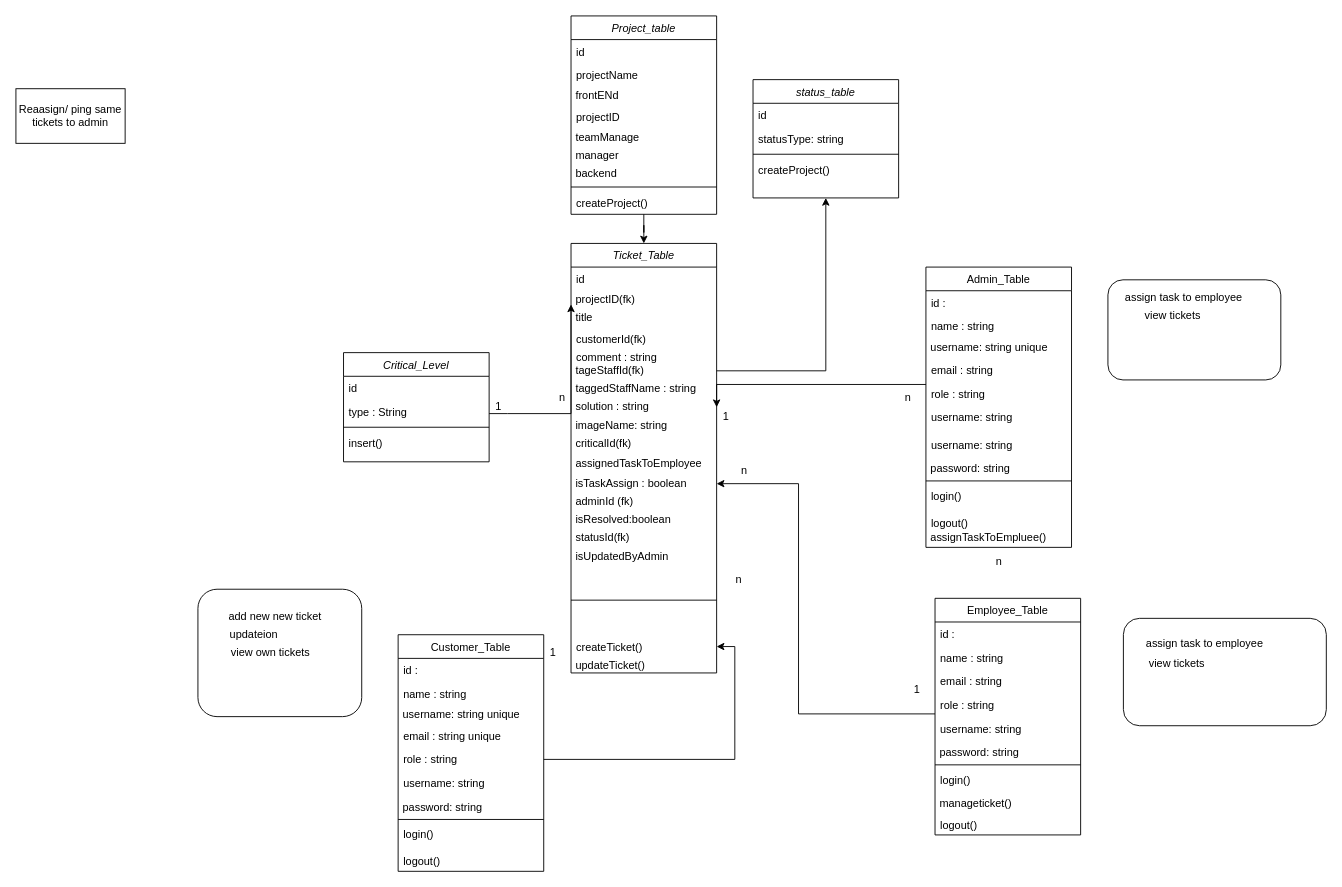
This is draw.io/class diagram.drawio from Shubham-9798/Ebug-Tracker, a draw.io file, before an edit. Source tidied: cells renumbered, new cells numbered last; positions are measured from the earlier drawing's top-left corner, leaving out a move shared by most shapes. Both pictures are drawn from the tidied source at 91%, with x=0, y=0 at pixel (15, 15).
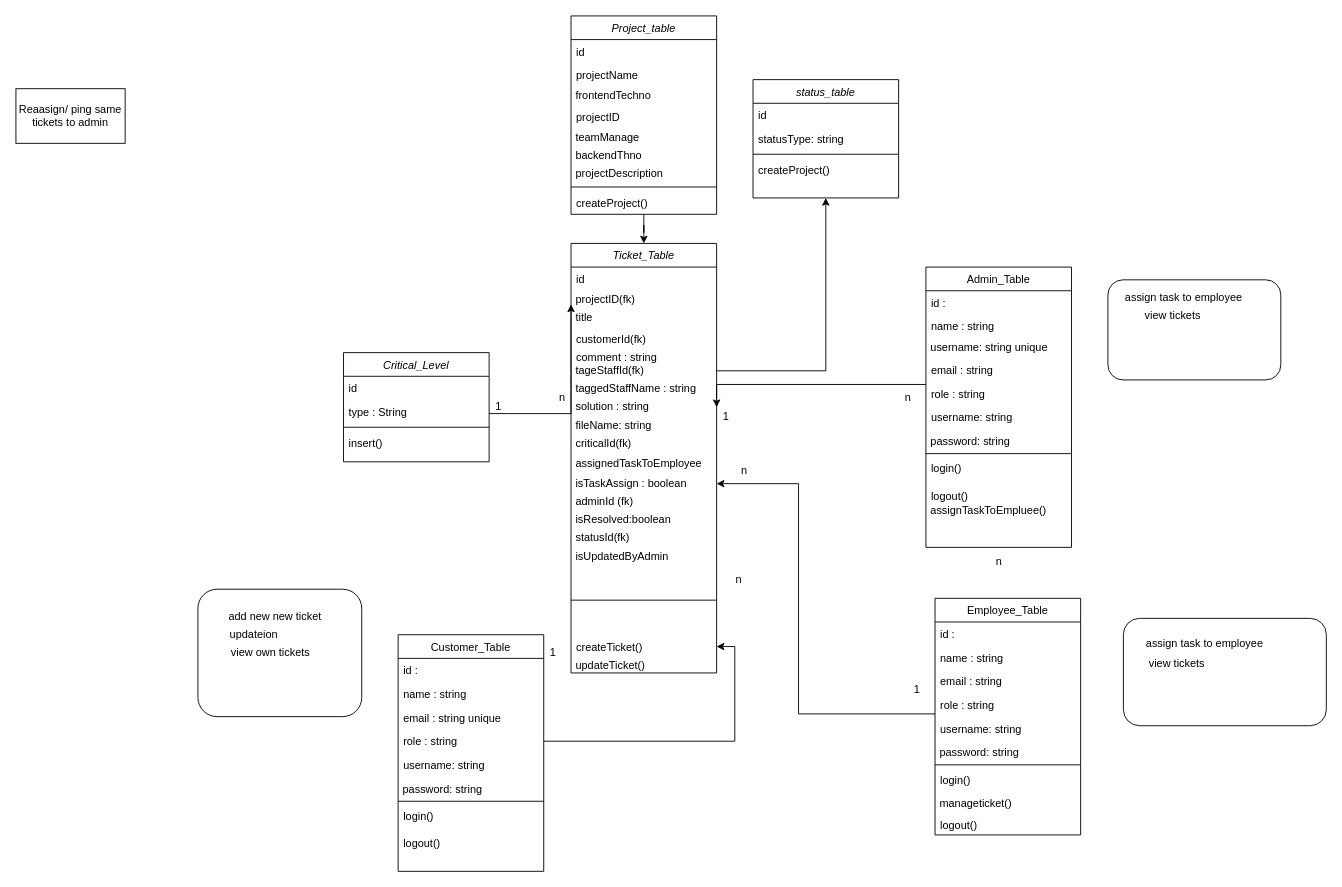
Above is the later version.

Unchanged cells that the change refers to:
```xml
<mxCell id="19" value="Project_table" style="swimlane;fontStyle=2;align=center;verticalAlign=top;horizontal=1;startSize=26;rounded=0;shadow=0;strokeWidth=1;" parent="1" vertex="1">
  <mxGeometry x="610" width="160" height="218" as="geometry" />
</mxCell>
<mxCell id="41" value="Ticket_Table" style="swimlane;fontStyle=2;align=center;verticalAlign=top;horizontal=1;startSize=26;rounded=0;shadow=0;strokeWidth=1;" parent="1" vertex="1">
  <mxGeometry x="610" y="250" width="160" height="472" as="geometry" />
</mxCell>
<mxCell id="62" value="Admin_Table" style="swimlane;fontStyle=0;align=center;verticalAlign=top;horizontal=1;startSize=26;rounded=0;shadow=0;strokeWidth=1;" parent="1" vertex="1">
  <mxGeometry x="1000" y="276" width="160" height="308" as="geometry" />
</mxCell>
<mxCell id="92" value="Customer_Table" style="swimlane;fontStyle=0;align=center;verticalAlign=top;horizontal=1;startSize=26;rounded=0;shadow=0;strokeWidth=1;" parent="1" vertex="1">
  <mxGeometry x="420" y="680" width="160" height="260" as="geometry" />
</mxCell>
```

The edit, as a diff of the source:
```diff
@@
-    <mxCell id="22" value="&amp;nbsp;frontENd" style="text;html=1;strokeColor=none;fillColor=none;align=left;verticalAlign=middle;whiteSpace=wrap;rounded=0;" parent="19" vertex="1">
+    <mxCell id="22" value="&amp;nbsp;frontendTechno" style="text;html=1;strokeColor=none;fillColor=none;align=left;verticalAlign=middle;whiteSpace=wrap;rounded=0;" parent="19" vertex="1">
       <mxGeometry y="78" width="160" height="20" as="geometry" />
     </mxCell>
@@
-    <mxCell id="25" value="&amp;nbsp;manager" style="text;html=1;strokeColor=none;fillColor=none;align=left;verticalAlign=middle;whiteSpace=wrap;rounded=0;" parent="19" vertex="1">
-      <mxGeometry y="144" width="160" height="20" as="geometry" />
-    </mxCell>
-    <mxCell id="26" value="&amp;nbsp;backend" style="text;html=1;strokeColor=none;fillColor=none;align=left;verticalAlign=middle;whiteSpace=wrap;rounded=0;" parent="19" vertex="1">
-      <mxGeometry y="164" width="160" height="20" as="geometry" />
+    <mxCell id="26" value="&amp;nbsp;backendThno" style="text;html=1;strokeColor=none;fillColor=none;align=left;verticalAlign=middle;whiteSpace=wrap;rounded=0;" parent="19" vertex="1">
+      <mxGeometry y="144" width="160" height="20" as="geometry" />
     </mxCell>
+    <mxCell id="103" value="&amp;nbsp;projectDescription" style="text;html=1;align=left;verticalAlign=middle;" parent="19" vertex="1">
+      <mxGeometry y="164" width="160" height="20" as="geometry" />
+    </mxCell>
@@
-    <mxCell id="50" value="&amp;nbsp;imageName: string" style="text;html=1;strokeColor=none;fillColor=none;align=left;verticalAlign=middle;whiteSpace=wrap;rounded=0;" parent="41" vertex="1">
+    <mxCell id="50" value="&amp;nbsp;fileName: string" style="text;html=1;strokeColor=none;fillColor=none;align=left;verticalAlign=middle;whiteSpace=wrap;rounded=0;" parent="41" vertex="1">
       <mxGeometry y="190" width="160" height="20" as="geometry" />
     </mxCell>
@@
-    <mxCell id="69" value="username: string&#10;" style="text;align=left;verticalAlign=top;spacingLeft=4;spacingRight=4;overflow=hidden;rounded=0;shadow=0;html=0;" parent="62" vertex="1">
-      <mxGeometry y="182" width="160" height="30" as="geometry" />
-    </mxCell>
     <mxCell id="70" value="&amp;nbsp;password: string" style="text;html=1;strokeColor=none;fillColor=none;align=left;verticalAlign=middle;whiteSpace=wrap;rounded=0;" parent="62" vertex="1">
-      <mxGeometry y="212" width="160" height="20" as="geometry" />
+      <mxGeometry y="182" width="160" height="20" as="geometry" />
     </mxCell>
     <mxCell id="71" style="line;html=1;strokeWidth=1;align=left;verticalAlign=middle;spacingTop=-1;spacingLeft=3;spacingRight=3;labelPosition=right;" parent="62" vertex="1">
-      <mxGeometry y="232" width="160" height="6" as="geometry" />
+      <mxGeometry y="202" width="160" height="6" as="geometry" />
     </mxCell>
     <mxCell id="72" value="login()" style="text;align=left;verticalAlign=top;spacingLeft=4;spacingRight=4;overflow=hidden;" parent="62" vertex="1">
-      <mxGeometry y="238" width="160" height="30" as="geometry" />
+      <mxGeometry y="208" width="160" height="30" as="geometry" />
     </mxCell>
     <mxCell id="73" value="logout()" style="text;align=left;verticalAlign=top;spacingLeft=4;spacingRight=4;overflow=hidden;" parent="62" vertex="1">
-      <mxGeometry y="268" width="160" height="20" as="geometry" />
+      <mxGeometry y="238" width="160" height="20" as="geometry" />
     </mxCell>
     <mxCell id="74" value="&amp;nbsp;assignTaskToEmpluee()" style="text;html=1;align=left;verticalAlign=middle;" parent="62" vertex="1">
-      <mxGeometry y="288" width="160" height="20" as="geometry" />
+      <mxGeometry y="258" width="160" height="20" as="geometry" />
     </mxCell>
@@
-    <mxCell id="95" value="&amp;nbsp;username: string unique" style="text;html=1;strokeColor=none;fillColor=none;align=left;verticalAlign=middle;whiteSpace=wrap;rounded=0;" parent="92" vertex="1">
-      <mxGeometry y="78" width="160" height="20" as="geometry" />
-    </mxCell>
     <mxCell id="96" value="email : string unique" style="text;align=left;verticalAlign=top;spacingLeft=4;spacingRight=4;overflow=hidden;rounded=0;shadow=0;html=0;" parent="92" vertex="1">
-      <mxGeometry y="98" width="160" height="26" as="geometry" />
+      <mxGeometry y="78" width="160" height="26" as="geometry" />
     </mxCell>
     <mxCell id="97" value="role : string" style="text;align=left;verticalAlign=top;spacingLeft=4;spacingRight=4;overflow=hidden;points=[[0,0.5],[1,0.5]];portConstraint=eastwest;rounded=0;shadow=0;html=0;" parent="92" vertex="1">
-      <mxGeometry y="124" width="160" height="26" as="geometry" />
+      <mxGeometry y="104" width="160" height="26" as="geometry" />
     </mxCell>
     <mxCell id="98" value="username: string&#10;" style="text;align=left;verticalAlign=top;spacingLeft=4;spacingRight=4;overflow=hidden;rounded=0;shadow=0;html=0;" parent="92" vertex="1">
-      <mxGeometry y="150" width="160" height="30" as="geometry" />
+      <mxGeometry y="130" width="160" height="30" as="geometry" />
     </mxCell>
     <mxCell id="99" value="&amp;nbsp;password: string" style="text;html=1;strokeColor=none;fillColor=none;align=left;verticalAlign=middle;whiteSpace=wrap;rounded=0;" parent="92" vertex="1">
-      <mxGeometry y="180" width="160" height="20" as="geometry" />
+      <mxGeometry y="160" width="160" height="20" as="geometry" />
     </mxCell>
     <mxCell id="100" style="line;html=1;strokeWidth=1;align=left;verticalAlign=middle;spacingTop=-1;spacingLeft=3;spacingRight=3;labelPosition=right;" parent="92" vertex="1">
-      <mxGeometry y="200" width="160" height="6" as="geometry" />
+      <mxGeometry y="180" width="160" height="6" as="geometry" />
     </mxCell>
     <mxCell id="101" value="login()" style="text;align=left;verticalAlign=top;spacingLeft=4;spacingRight=4;overflow=hidden;" parent="92" vertex="1">
-      <mxGeometry y="206" width="160" height="30" as="geometry" />
+      <mxGeometry y="186" width="160" height="30" as="geometry" />
     </mxCell>
     <mxCell id="102" value="logout()" style="text;align=left;verticalAlign=top;spacingLeft=4;spacingRight=4;overflow=hidden;" parent="92" vertex="1">
-      <mxGeometry y="236" width="160" height="20" as="geometry" />
+      <mxGeometry y="216" width="160" height="20" as="geometry" />
     </mxCell>
```
